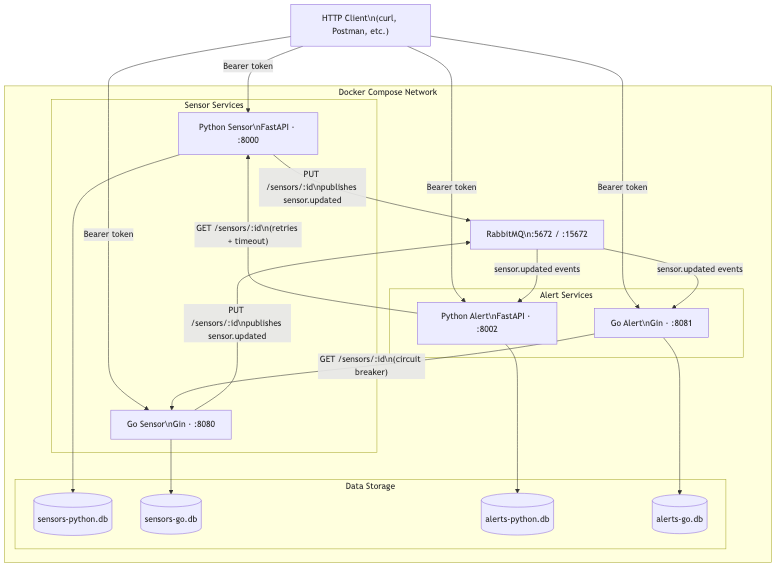
Above: diagrams/architecture.png in pe-version/A4 (Mermaid), before the change. Its source is kept beside it as diagrams/architecture.mmd.
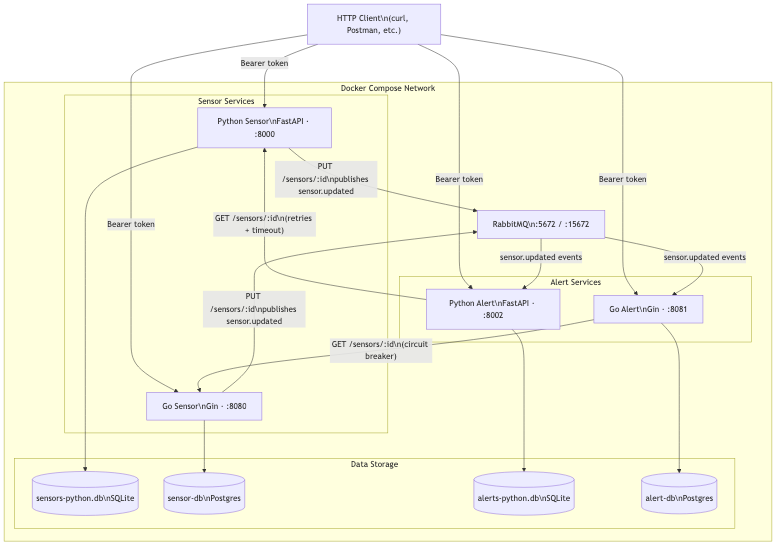
After the commit.

Commit message:
Update Mermaid sources to reflect Go=Postgres, Python=SQLite

Diff of the diagram source:
```diff
@@ -15,10 +15,10 @@
         end
 
         subgraph Storage["Data Storage"]
-            PDB[("sensors-python.db")]
-            GDB[("sensors-go.db")]
-            PAB[("alerts-python.db")]
-            GAB[("alerts-go.db")]
+            PDB[("sensors-python.db\nSQLite")]
+            GDB[("sensor-db\nPostgres")]
+            PAB[("alerts-python.db\nSQLite")]
+            GAB[("alert-db\nPostgres")]
         end
     end
 
```
